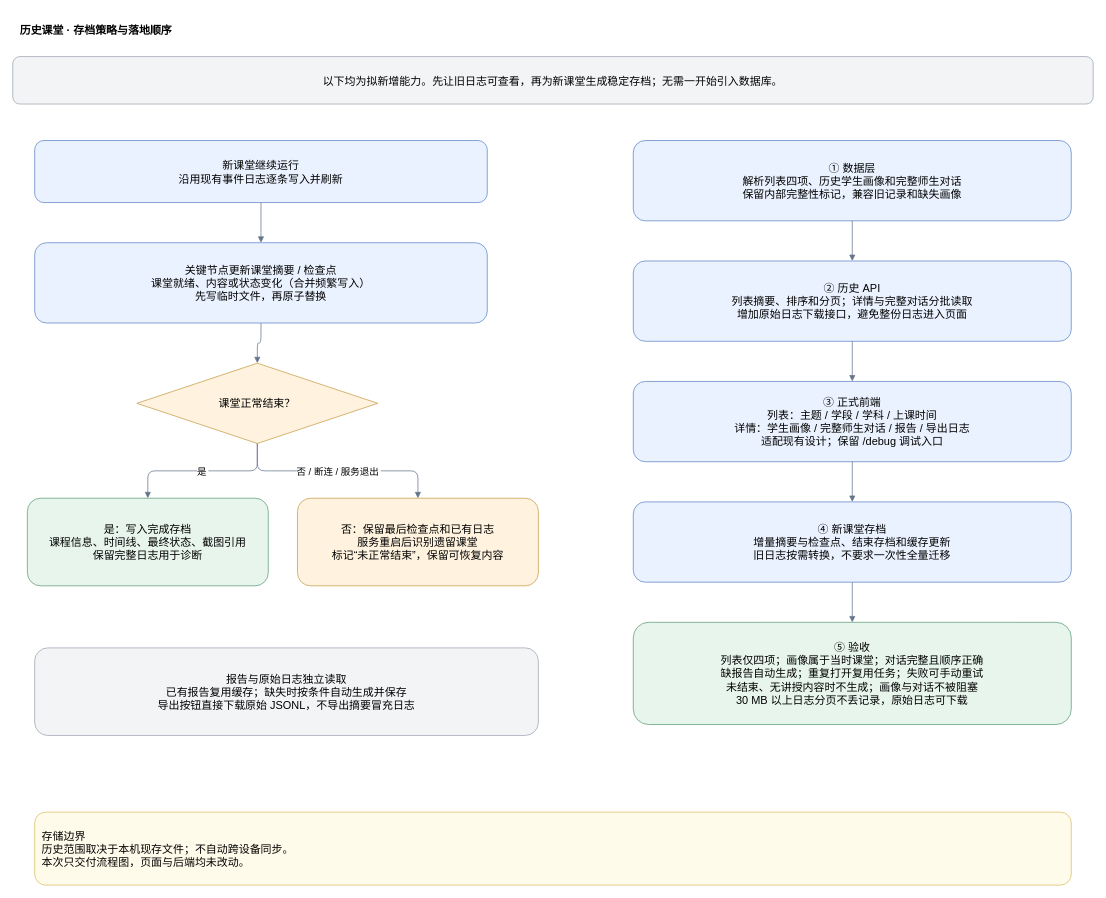
Above: page "03 存档与实施顺序" (3 of 4) of docs/产品流程图/历史课堂功能-实施方案.drawio in Liyang-pai/LearnFromYou (draw.io), before the change. Source tidied: cells renumbered, new cells numbered last; positions are measured from the earlier drawing's top-left corner, leaving out a move shared by most shapes. Both pictures are drawn from the tidied source at 73%, with x=0, y=0 at pixel (12, 12).
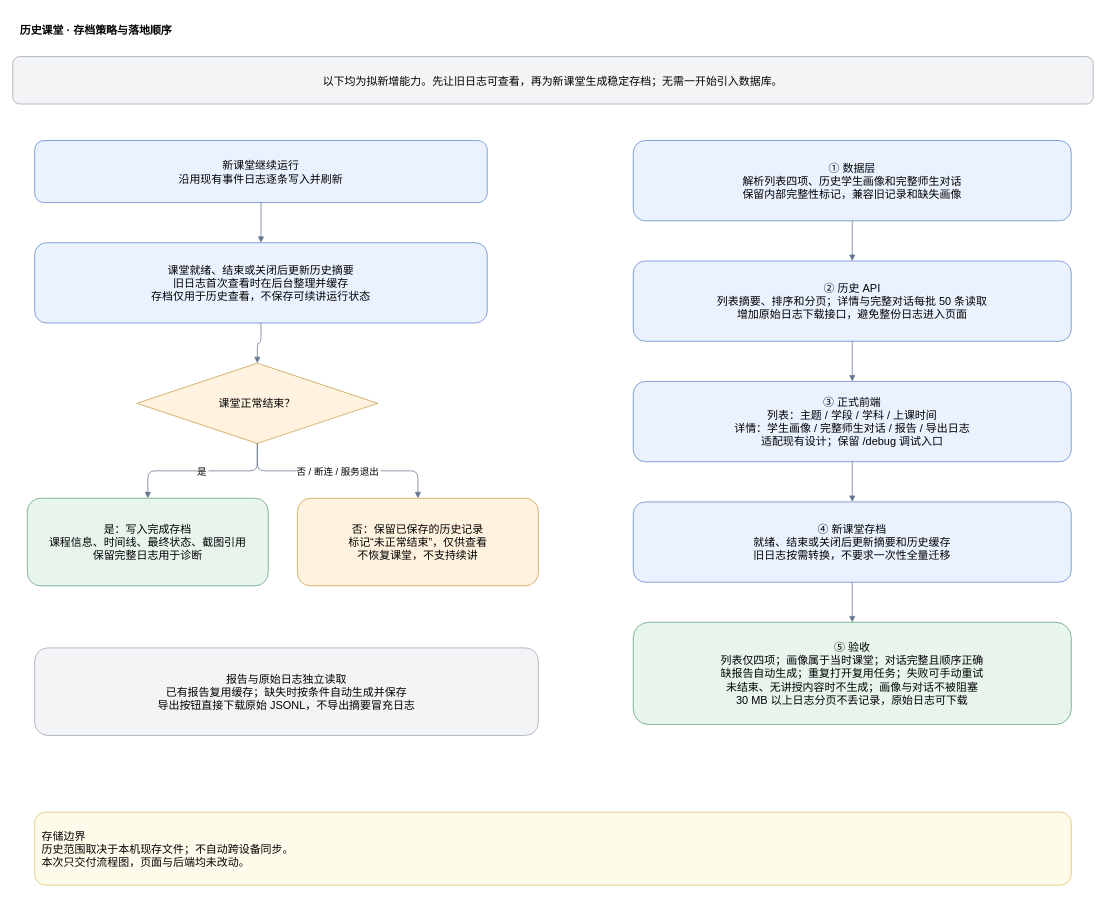
The same diagram, later.

Change to the diagram source:
```diff
@@
-    <mxCell id="5" value="关键节点更新课堂摘要 / 检查点&#10;课堂就绪、内容或状态变化（合并频繁写入）&#10;先写临时文件，再原子替换" style="rounded=1;whiteSpace=wrap;html=0;fillColor=#eaf2ff;strokeColor=#5b82c4;fontFamily=Helvetica;fontSize=15;spacing=10;" parent="1" vertex="1">
+    <mxCell id="5" value="课堂就绪、结束或关闭后更新历史摘要&#10;旧日志首次查看时在后台整理并缓存&#10;存档仅用于历史查看，不保存可续讲运行状态" style="rounded=1;whiteSpace=wrap;html=0;fillColor=#eaf2ff;strokeColor=#5b82c4;fontFamily=Helvetica;fontSize=15;spacing=10;" parent="1" vertex="1">
       <mxGeometry x="30" y="315" width="620" height="110" as="geometry" />
     </mxCell>
@@
-    <mxCell id="8" value="否：保留最后检查点和已有日志&#10;服务重启后识别遗留课堂&#10;标记“未正常结束”，保留可恢复内容" style="rounded=1;whiteSpace=wrap;html=0;fillColor=#fff3df;strokeColor=#c69a45;fontFamily=Helvetica;fontSize=15;spacing=10;" parent="1" vertex="1">
+    <mxCell id="8" value="否：保留已保存的历史记录&#10;标记“未正常结束”，仅供查看&#10;不恢复课堂，不支持续讲" style="rounded=1;whiteSpace=wrap;html=0;fillColor=#fff3df;strokeColor=#c69a45;fontFamily=Helvetica;fontSize=15;spacing=10;" parent="1" vertex="1">
       <mxGeometry x="390" y="665" width="330" height="120" as="geometry" />
     </mxCell>
@@
-    <mxCell id="11" value="② 历史 API&#10;列表摘要、排序和分页；详情与完整对话分批读取&#10;增加原始日志下载接口，避免整份日志进入页面" style="rounded=1;whiteSpace=wrap;html=0;fillColor=#eaf2ff;strokeColor=#5b82c4;fontFamily=Helvetica;fontSize=15;spacing=10;" parent="1" vertex="1">
+    <mxCell id="11" value="② 历史 API&#10;列表摘要、排序和分页；详情与完整对话每批 50 条读取&#10;增加原始日志下载接口，避免整份日志进入页面" style="rounded=1;whiteSpace=wrap;html=0;fillColor=#eaf2ff;strokeColor=#5b82c4;fontFamily=Helvetica;fontSize=15;spacing=10;" parent="1" vertex="1">
       <mxGeometry x="850" y="340" width="600" height="110" as="geometry" />
     </mxCell>
@@
-    <mxCell id="13" value="④ 新课堂存档&#10;增量摘要与检查点、结束存档和缓存更新&#10;旧日志按需转换，不要求一次性全量迁移" style="rounded=1;whiteSpace=wrap;html=0;fillColor=#eaf2ff;strokeColor=#5b82c4;fontFamily=Helvetica;fontSize=15;spacing=10;" parent="1" vertex="1">
+    <mxCell id="13" value="④ 新课堂存档&#10;就绪、结束或关闭后更新摘要和历史缓存&#10;旧日志按需转换，不要求一次性全量迁移" style="rounded=1;whiteSpace=wrap;html=0;fillColor=#eaf2ff;strokeColor=#5b82c4;fontFamily=Helvetica;fontSize=15;spacing=10;" parent="1" vertex="1">
       <mxGeometry x="850" y="670" width="600" height="110" as="geometry" />
     </mxCell>
```
